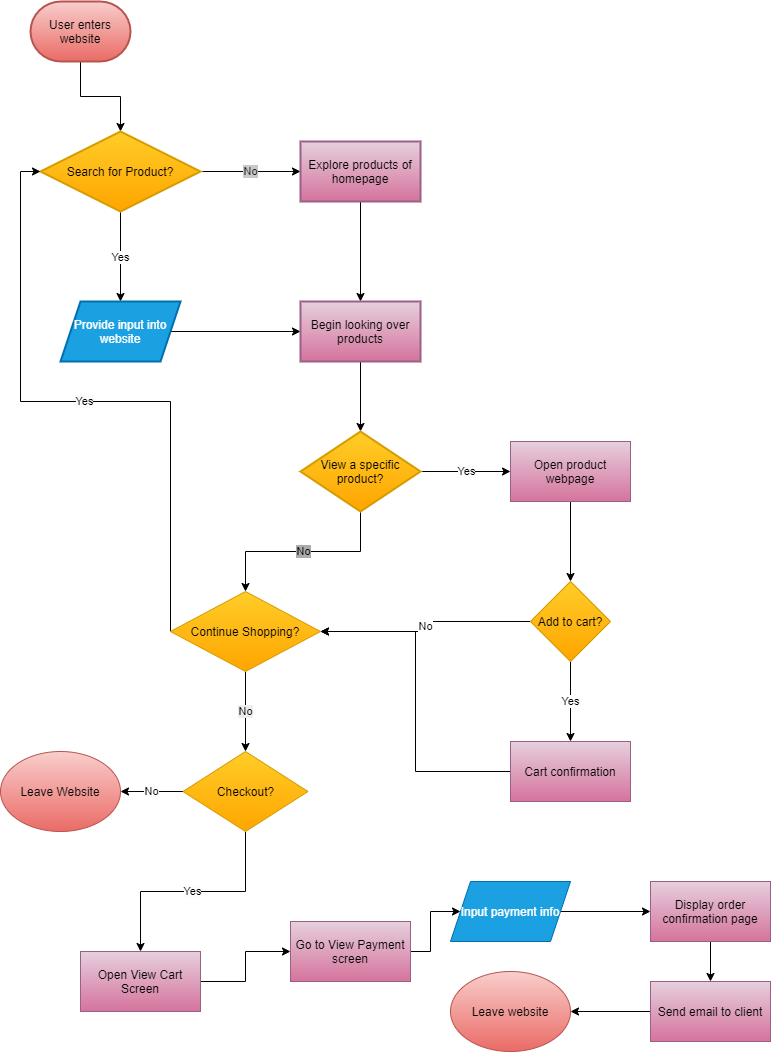
This is part2/part2.drawio.png from nickkro25/wi21-cse110-lab4, a draw.io export, as it was before one commit. Source tidied: cells renumbered, new cells last; positions are measured from the earlier drawing's top-left corner, leaving out a move shared by most shapes. Its diagram source:
```xml
<mxGraphModel>
  <root>
    <mxCell id="0" />
    <mxCell id="1" parent="0" />
    <mxCell id="2" style="edgeStyle=orthogonalEdgeStyle;rounded=0;jettySize=auto;html=1;fontColor=#121212;" parent="1" edge="1" source="3" target="6">
      <mxGeometry relative="1" as="geometry" />
    </mxCell>
    <mxCell id="3" value="User enters website" style="strokeWidth=2;html=1;shape=mxgraph.flowchart.terminator;whiteSpace=wrap;fillColor=#f8cecc;strokeColor=#b85450;gradientColor=#ea6b66;" parent="1" vertex="1">
      <mxGeometry x="30" width="100" height="60" as="geometry" />
    </mxCell>
    <mxCell id="4" value="Yes" style="edgeStyle=orthogonalEdgeStyle;rounded=0;jettySize=auto;html=1;fontColor=#000000;" parent="1" edge="1" source="6" target="8">
      <mxGeometry relative="1" as="geometry" />
    </mxCell>
    <mxCell id="5" value="No" style="edgeStyle=orthogonalEdgeStyle;rounded=0;jettySize=auto;html=1;fontColor=#1A1A1A;labelBackgroundColor=#C9C9C9;" parent="1" edge="1" source="6" target="10">
      <mxGeometry relative="1" as="geometry" />
    </mxCell>
    <mxCell id="6" value="Search for Product?" style="rhombus;whiteSpace=wrap;html=1;strokeWidth=2;fillColor=#ffcd28;strokeColor=#d79b00;gradientColor=#ffa500;" parent="1" vertex="1">
      <mxGeometry x="40" y="130" width="160" height="80" as="geometry" />
    </mxCell>
    <mxCell id="7" style="edgeStyle=orthogonalEdgeStyle;rounded=0;jettySize=auto;html=1;fontColor=#FCFCFC;" parent="1" edge="1" source="8" target="12">
      <mxGeometry relative="1" as="geometry" />
    </mxCell>
    <mxCell id="8" value="Provide input into website" style="shape=parallelogram;perimeter=parallelogramPerimeter;whiteSpace=wrap;html=1;fixedSize=1;fontColor=#ffffff;strokeColor=#006EAF;strokeWidth=2;fillColor=#1ba1e2;" parent="1" vertex="1">
      <mxGeometry x="60" y="300" width="120" height="60" as="geometry" />
    </mxCell>
    <mxCell id="9" style="edgeStyle=orthogonalEdgeStyle;rounded=0;jettySize=auto;html=1;fontColor=#FCFCFC;" parent="1" edge="1" source="10" target="12">
      <mxGeometry relative="1" as="geometry" />
    </mxCell>
    <mxCell id="10" value="Explore products of homepage" style="whiteSpace=wrap;html=1;strokeColor=#996185;strokeWidth=2;fillColor=#e6d0de;gradientColor=#d5739d;" parent="1" vertex="1">
      <mxGeometry x="300" y="140" width="120" height="60" as="geometry" />
    </mxCell>
    <mxCell id="11" style="edgeStyle=orthogonalEdgeStyle;rounded=0;jettySize=auto;html=1;fontColor=#FCFCFC;" parent="1" edge="1" source="12" target="15">
      <mxGeometry relative="1" as="geometry" />
    </mxCell>
    <mxCell id="12" value="Begin looking over products" style="whiteSpace=wrap;html=1;strokeColor=#996185;strokeWidth=2;fillColor=#e6d0de;gradientColor=#d5739d;" parent="1" vertex="1">
      <mxGeometry x="300" y="300" width="120" height="60" as="geometry" />
    </mxCell>
    <mxCell id="13" value="Yes" style="edgeStyle=orthogonalEdgeStyle;rounded=0;jettySize=auto;html=1;fontColor=#000000;labelBackgroundColor=#FCFCFC;" parent="1" edge="1" source="15">
      <mxGeometry relative="1" as="geometry">
        <mxPoint x="510" y="470" as="targetPoint" />
      </mxGeometry>
    </mxCell>
    <mxCell id="14" value="No" style="edgeStyle=orthogonalEdgeStyle;rounded=0;jettySize=auto;html=1;entryX=0.5;entryY=0;entryDx=0;entryDy=0;fontColor=#000000;labelBackgroundColor=#ABABAB;" parent="1" edge="1" source="15" target="25">
      <mxGeometry relative="1" as="geometry" />
    </mxCell>
    <mxCell id="15" value="View a specific product?" style="rhombus;whiteSpace=wrap;html=1;strokeColor=#d79b00;strokeWidth=2;fillColor=#ffcd28;gradientColor=#ffa500;" parent="1" vertex="1">
      <mxGeometry x="300" y="430" width="120" height="80" as="geometry" />
    </mxCell>
    <mxCell id="16" style="edgeStyle=orthogonalEdgeStyle;rounded=0;jettySize=auto;html=1;fontColor=#FCFCFC;" parent="1" edge="1" source="17" target="20">
      <mxGeometry relative="1" as="geometry" />
    </mxCell>
    <mxCell id="17" value="Open product webpage" style="rounded=0;whiteSpace=wrap;html=1;strokeColor=#996185;fillColor=#e6d0de;gradientColor=#d5739d;" parent="1" vertex="1">
      <mxGeometry x="510" y="440" width="120" height="60" as="geometry" />
    </mxCell>
    <mxCell id="18" value="Yes" style="edgeStyle=orthogonalEdgeStyle;rounded=0;jettySize=auto;html=1;fontColor=#000000;labelBackgroundColor=#FFFFFF;" parent="1" edge="1" source="20" target="22">
      <mxGeometry relative="1" as="geometry" />
    </mxCell>
    <mxCell id="19" value="No" style="edgeStyle=orthogonalEdgeStyle;rounded=0;jettySize=auto;html=1;fontColor=#000000;labelBackgroundColor=#FFFFFF;" parent="1" edge="1" source="20" target="25">
      <mxGeometry relative="1" as="geometry" />
    </mxCell>
    <mxCell id="20" value="Add to cart?" style="rhombus;whiteSpace=wrap;html=1;rounded=0;strokeColor=#d79b00;fillColor=#ffcd28;gradientColor=#ffa500;" parent="1" vertex="1">
      <mxGeometry x="530" y="580" width="80" height="80" as="geometry" />
    </mxCell>
    <mxCell id="21" style="edgeStyle=orthogonalEdgeStyle;rounded=0;jettySize=auto;html=1;entryX=1;entryY=0.5;entryDx=0;entryDy=0;fontColor=#FCFCFC;" parent="1" edge="1" source="22" target="25">
      <mxGeometry relative="1" as="geometry" />
    </mxCell>
    <mxCell id="22" value="Cart confirmation" style="whiteSpace=wrap;html=1;rounded=0;strokeColor=#996185;fillColor=#e6d0de;gradientColor=#d5739d;" parent="1" vertex="1">
      <mxGeometry x="510" y="740" width="120" height="60" as="geometry" />
    </mxCell>
    <mxCell id="23" value="Yes" style="edgeStyle=orthogonalEdgeStyle;rounded=0;jettySize=auto;html=1;entryX=0;entryY=0.5;entryDx=0;entryDy=0;fontColor=#000000;labelBackgroundColor=#FAFAFA;" parent="1" edge="1" source="25" target="6">
      <mxGeometry relative="1" as="geometry">
        <Array as="points">
          <mxPoint x="170" y="400" />
          <mxPoint x="20" y="400" />
          <mxPoint x="20" y="170" />
        </Array>
      </mxGeometry>
    </mxCell>
    <mxCell id="24" value="No" style="edgeStyle=orthogonalEdgeStyle;rounded=0;jettySize=auto;html=1;fontColor=#000000;labelBackgroundColor=#EDEDED;" parent="1" edge="1" source="25" target="28">
      <mxGeometry relative="1" as="geometry" />
    </mxCell>
    <mxCell id="25" value="Continue Shopping?" style="rhombus;whiteSpace=wrap;html=1;rounded=0;strokeColor=#d79b00;fillColor=#ffcd28;gradientColor=#ffa500;" parent="1" vertex="1">
      <mxGeometry x="170" y="590" width="150" height="80" as="geometry" />
    </mxCell>
    <mxCell id="26" value="No" style="edgeStyle=orthogonalEdgeStyle;rounded=0;jettySize=auto;html=1;fontColor=#000000;labelBackgroundColor=#FCFCFC;" parent="1" edge="1" source="28" target="29">
      <mxGeometry relative="1" as="geometry" />
    </mxCell>
    <mxCell id="27" value="Yes" style="edgeStyle=orthogonalEdgeStyle;rounded=0;jettySize=auto;html=1;fontColor=#000000;labelBackgroundColor=#FCFCFC;" parent="1" edge="1" source="28" target="31">
      <mxGeometry relative="1" as="geometry" />
    </mxCell>
    <mxCell id="28" value="Checkout?" style="rhombus;whiteSpace=wrap;html=1;rounded=0;strokeColor=#d79b00;fillColor=#ffcd28;gradientColor=#ffa500;" parent="1" vertex="1">
      <mxGeometry x="182.5" y="750" width="125" height="80" as="geometry" />
    </mxCell>
    <mxCell id="29" value="Leave Website" style="ellipse;whiteSpace=wrap;html=1;rounded=0;strokeColor=#b85450;fillColor=#f8cecc;gradientColor=#ea6b66;" parent="1" vertex="1">
      <mxGeometry y="750" width="120" height="80" as="geometry" />
    </mxCell>
    <mxCell id="30" style="edgeStyle=orthogonalEdgeStyle;rounded=0;jettySize=auto;html=1;fontColor=#FCFCFC;" parent="1" edge="1" source="31" target="33">
      <mxGeometry relative="1" as="geometry" />
    </mxCell>
    <mxCell id="31" value="Open View Cart Screen" style="whiteSpace=wrap;html=1;rounded=0;strokeColor=#996185;fillColor=#e6d0de;gradientColor=#d5739d;" parent="1" vertex="1">
      <mxGeometry x="80" y="950" width="120" height="60" as="geometry" />
    </mxCell>
    <mxCell id="32" style="edgeStyle=orthogonalEdgeStyle;rounded=0;jettySize=auto;html=1;fontColor=#FCFCFC;" parent="1" edge="1" source="33" target="35">
      <mxGeometry relative="1" as="geometry" />
    </mxCell>
    <mxCell id="33" value="Go to View Payment screen" style="whiteSpace=wrap;html=1;rounded=0;strokeColor=#996185;fillColor=#e6d0de;gradientColor=#d5739d;" parent="1" vertex="1">
      <mxGeometry x="290" y="920" width="120" height="60" as="geometry" />
    </mxCell>
    <mxCell id="34" style="edgeStyle=orthogonalEdgeStyle;rounded=0;jettySize=auto;html=1;fontColor=#FCFCFC;" parent="1" edge="1" source="35" target="37">
      <mxGeometry relative="1" as="geometry" />
    </mxCell>
    <mxCell id="35" value="Input payment info" style="shape=parallelogram;perimeter=parallelogramPerimeter;whiteSpace=wrap;html=1;fixedSize=1;rounded=0;strokeColor=#006EAF;fillColor=#1ba1e2;fontColor=#ffffff;" parent="1" vertex="1">
      <mxGeometry x="450" y="880" width="120" height="60" as="geometry" />
    </mxCell>
    <mxCell id="36" style="edgeStyle=orthogonalEdgeStyle;rounded=0;jettySize=auto;html=1;fontColor=#FCFCFC;" parent="1" edge="1" source="37" target="39">
      <mxGeometry relative="1" as="geometry" />
    </mxCell>
    <mxCell id="37" value="Display order confirmation page" style="whiteSpace=wrap;html=1;rounded=0;strokeColor=#996185;fillColor=#e6d0de;gradientColor=#d5739d;" parent="1" vertex="1">
      <mxGeometry x="650" y="880" width="120" height="60" as="geometry" />
    </mxCell>
    <mxCell id="38" style="edgeStyle=orthogonalEdgeStyle;rounded=0;jettySize=auto;html=1;fontColor=#FCFCFC;" parent="1" edge="1" source="39" target="40">
      <mxGeometry relative="1" as="geometry" />
    </mxCell>
    <mxCell id="39" value="Send email to client" style="whiteSpace=wrap;html=1;rounded=0;strokeColor=#996185;fillColor=#e6d0de;gradientColor=#d5739d;" parent="1" vertex="1">
      <mxGeometry x="650" y="980" width="120" height="60" as="geometry" />
    </mxCell>
    <mxCell id="40" value="Leave website" style="ellipse;whiteSpace=wrap;html=1;rounded=0;strokeColor=#b85450;fillColor=#f8cecc;gradientColor=#ea6b66;" parent="1" vertex="1">
      <mxGeometry x="450" y="970" width="120" height="80" as="geometry" />
    </mxCell>
  </root>
</mxGraphModel>
```
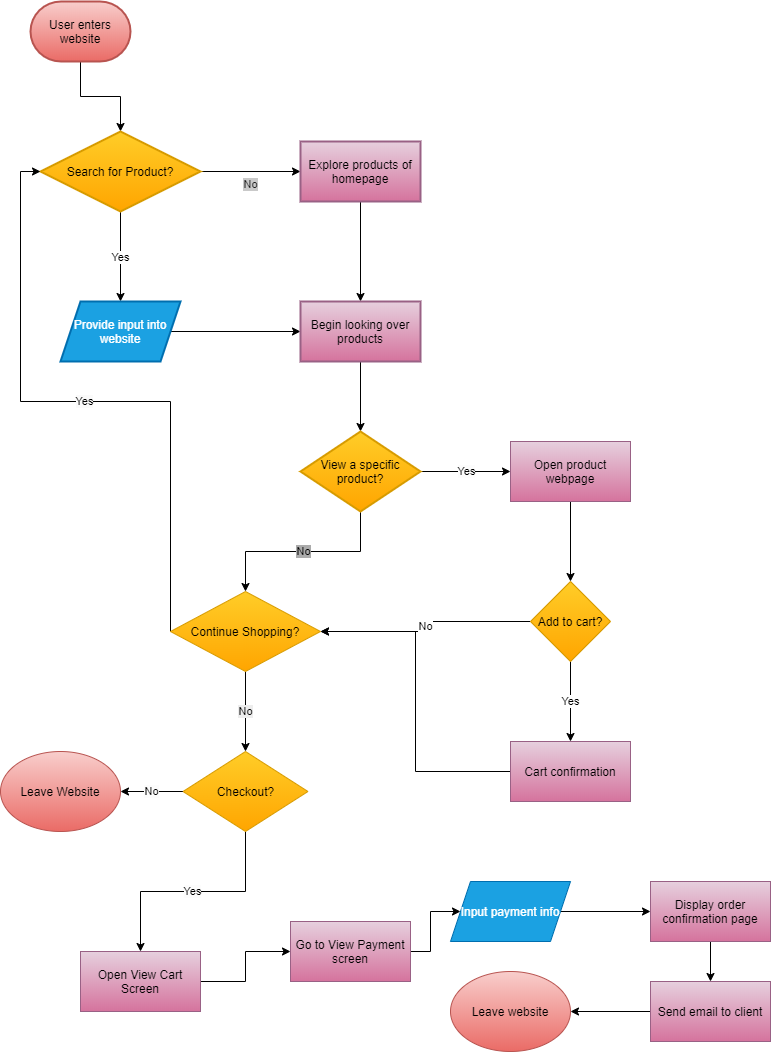
After the commit.

Diff of the diagram source:
```diff
@@ -11,7 +11,7 @@
     <mxCell id="4" value="Yes" style="edgeStyle=orthogonalEdgeStyle;rounded=0;jettySize=auto;html=1;fontColor=#000000;" parent="1" edge="1" source="6" target="8">
       <mxGeometry relative="1" as="geometry" />
     </mxCell>
-    <mxCell id="5" value="No" style="edgeStyle=orthogonalEdgeStyle;rounded=0;jettySize=auto;html=1;fontColor=#1A1A1A;labelBackgroundColor=#C9C9C9;" parent="1" edge="1" source="6" target="10">
+    <mxCell id="5" value="No" style="edgeStyle=orthogonalEdgeStyle;rounded=0;jettySize=auto;html=1;fontColor=#1A1A1A;labelBackgroundColor=#C9C9C9;verticalAlign=top;" parent="1" edge="1" source="6" target="10">
       <mxGeometry relative="1" as="geometry" />
     </mxCell>
     <mxCell id="6" value="Search for Product?" style="rhombus;whiteSpace=wrap;html=1;strokeWidth=2;fillColor=#ffcd28;strokeColor=#d79b00;gradientColor=#ffa500;" parent="1" vertex="1">
```
